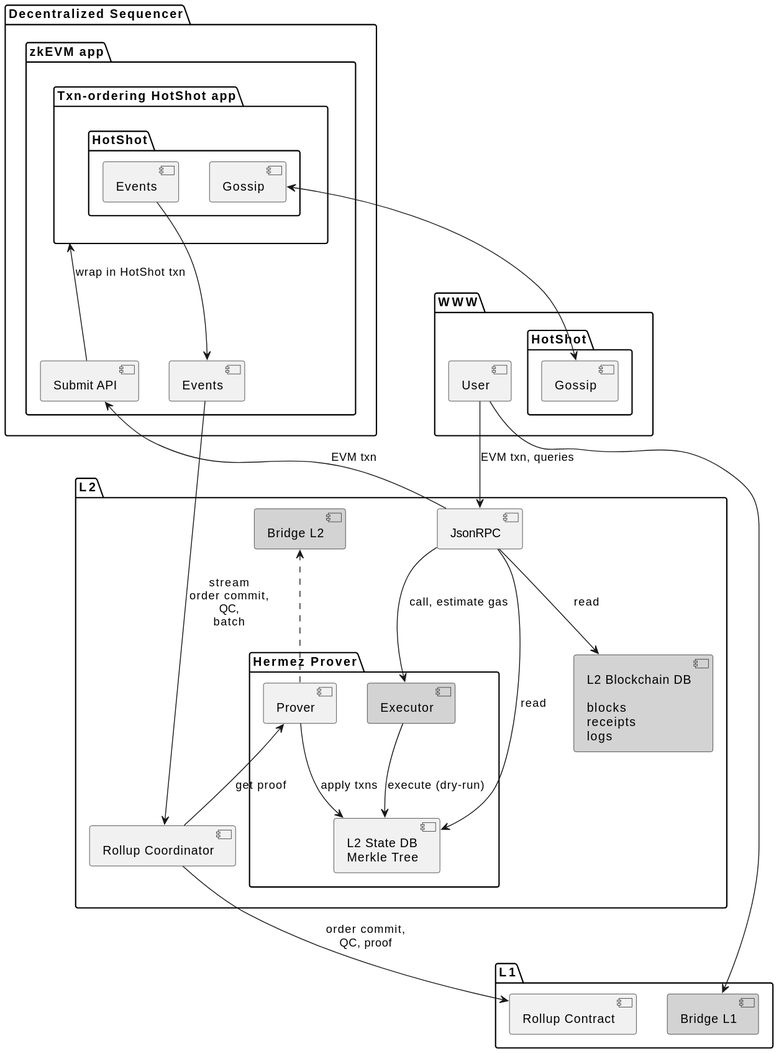
The PlantUML diagram doc/architecture.svg in EspressoSystems/espresso-sequencer, before a commit.
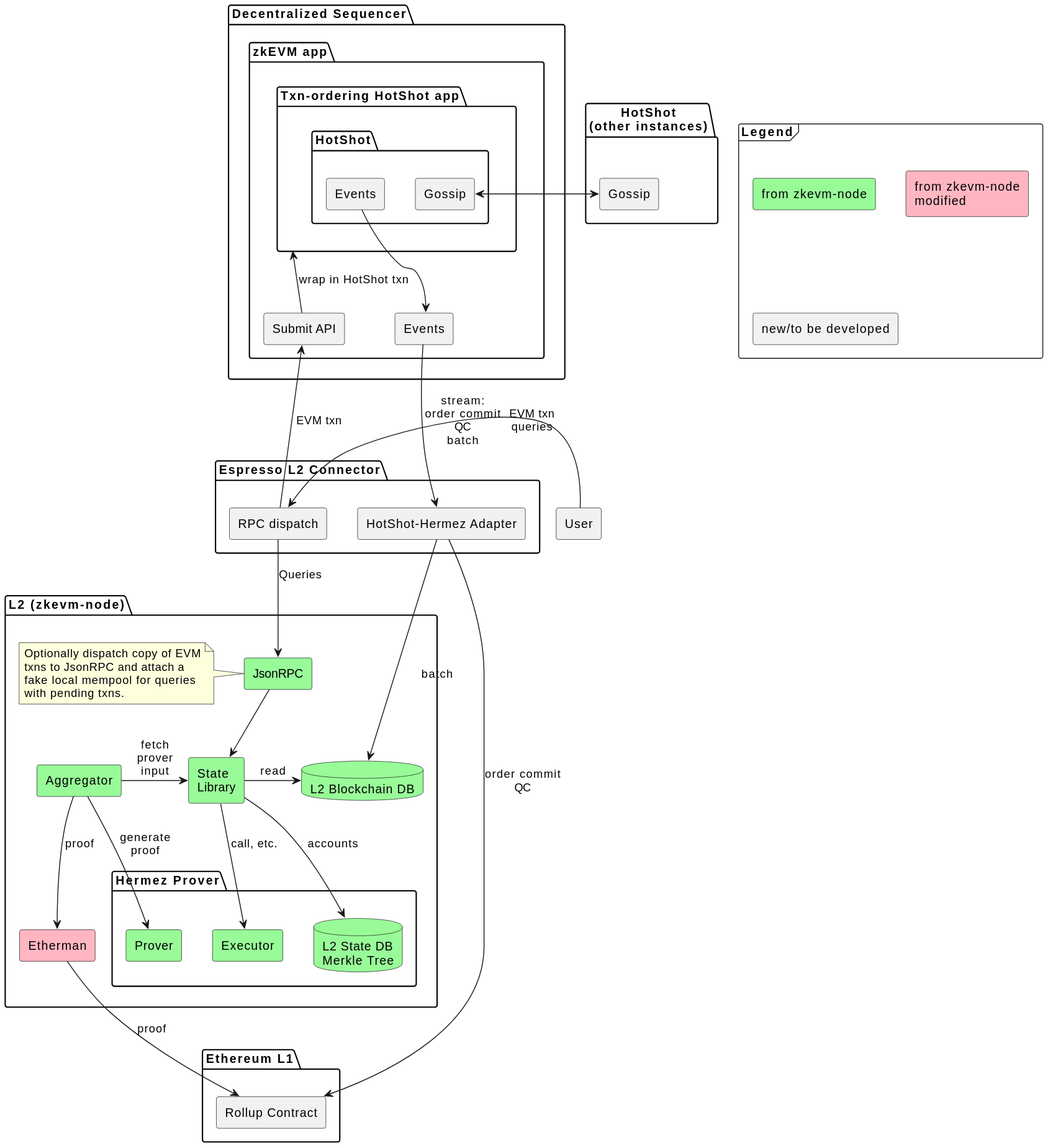
The same diagram one commit later.

Commit message:
Make minimal PoC the default architecture

The edit, as a diff of the source:
```diff
@@ -1,9 +1,15 @@
 @startuml
-package "WWW" {
-  component User
-  package "HotShot" as HotShotExternal {
-    component "Gossip" as GossipExternal
-  }
+skinparam componentStyle rectangle
+
+frame Legend {
+  component "from zkevm-node" #PaleGreen
+  component "from zkevm-node\nmodified" #LightPink
+  component "new/to be developed"
+}
+
+component User
+package "HotShot\n(other instances)" as HotShotExternal {
+  component "Gossip" as GossipExternal
 }
 
 package "Decentralized Sequencer" {
@@ -19,51 +25,64 @@
   }
 }
 
-package L2 {
-  component JsonRPC
-  component L2DB #lightgrey [
+
+package "Espresso L2 Connector" as Connector {
+  component "HotShot-Hermez Adapter" as Adapter
+  component "RPC dispatch" as Dispatch
+}
+
+package "Ethereum L1" as L1 {
+  component "Rollup Contract" as Rollup
+}
+
+
+package "L2 (zkevm-node)" as L2 {
+  component JsonRPC #PaleGreen
+  note left of JsonRPC
+    Optionally dispatch copy of EVM
+    txns to JsonRPC and attach a
+    fake local mempool for queries
+    with pending txns.
+  end note
+  database L2DB #PaleGreen [
     L2 Blockchain DB
-
-    blocks
-    receipts
-    logs
   ]
   package "Hermez Prover" as HermezProver {
-    component Prover
-    component Executor #lightgrey
-    component Tree [
+    component Prover #PaleGreen
+    component Executor #PaleGreen
+    database Tree #PaleGreen [
       L2 State DB
       Merkle Tree
     ]
   }
-  component "Bridge L2" as BridgeL2 #lightgrey
-  component "Rollup Coordinator" as RollupCoordinator
+  component Etherman #LightPink
+  component Aggregator #PaleGreen
+  component "State\nLibrary" as State #PaleGreen
 }
 
+User -> Dispatch: EVM txn\nqueries
+Dispatch --> JsonRPC: Queries
+Dispatch -up-> Submit: EVM txn
 
-package L1 {
-  component Rollup [
-    Rollup Contract
-  ]
-  component "Bridge L1" as BridgeL1 #lightgrey
-}
+GossipInternal <-> GossipExternal
 
-GossipInternal <-down-> GossipExternal
-Prover .up.> BridgeL2
+Events --> Adapter: stream:\norder commit\nQC\nbatch
 
-User --> JsonRPC: EVM txn, queries
-JsonRPC -up-> Submit: EVM txn
-JsonRPC --> L2DB: read
-JsonRPC --> Tree: read
-JsonRPC --> Executor: call, estimate gas
+Adapter -> L2DB: batch
+Adapter -> Rollup: order commit\nQC
 
-User --> BridgeL1
+JsonRPC --> State
+
+State -> L2DB: read
+State --> Tree: accounts
+State --> Executor: call, etc.
+
+Aggregator -> State: fetch\nprover\ninput
+Aggregator --> Etherman: proof
+Aggregator -> Prover: generate\nproof
+Etherman --> Rollup: proof
+
 Submit -up-> App: wrap in HotShot txn
 HotShotEvents -down-> Events
 
-Executor --> Tree: execute (dry-run)
-Prover --> Tree: apply txns
-Events --> RollupCoordinator: stream\norder commit,\nQC,\nbatch
-RollupCoordinator -up-> Prover: get proof
-RollupCoordinator --> Rollup: order commit,\nQC, proof
 @enduml
```
